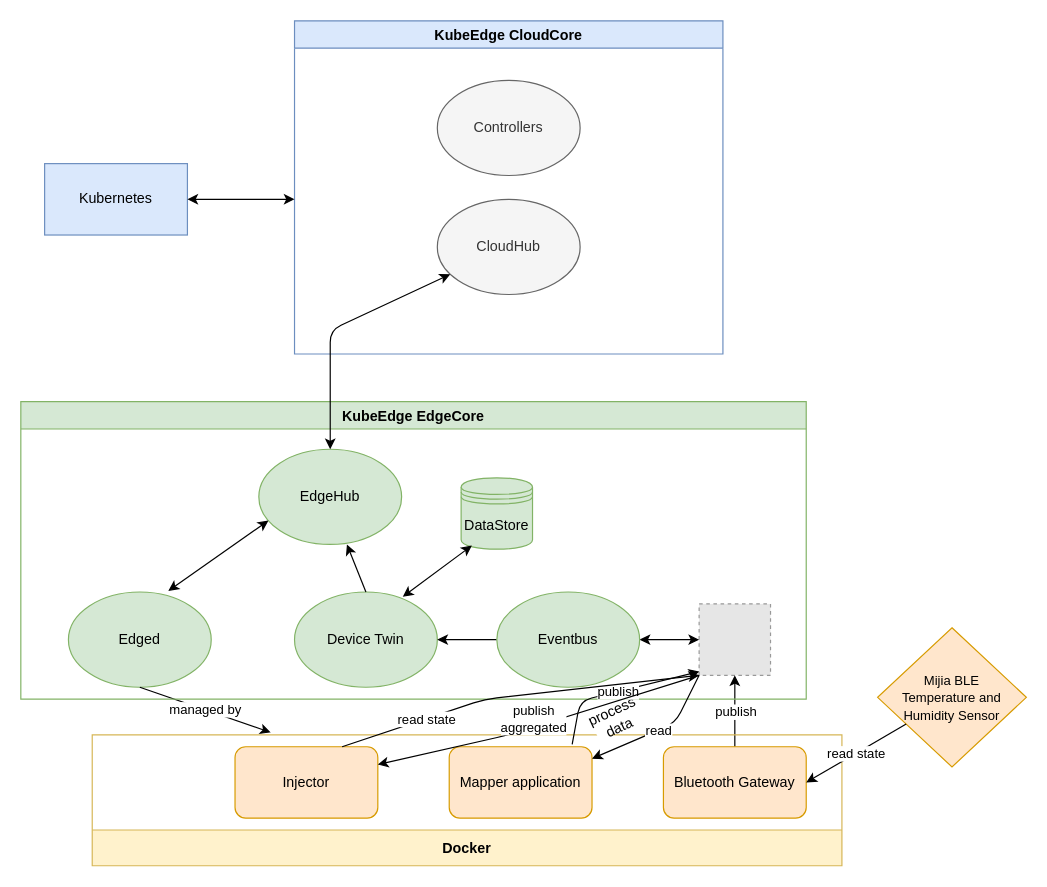
This is function-level_model.drawio from hzozo/kubeedge_thesis_demo, a draw.io file, before an edit. Source tidied: cells renumbered, new cells numbered last; positions are measured from the earlier drawing's top-left corner, leaving out a move shared by most shapes. Both pictures are drawn from the tidied source at 119%, with x=0, y=0 at pixel (20, 20). Pictures stored in the file or linked from it are replaced by grey dashed boxes.
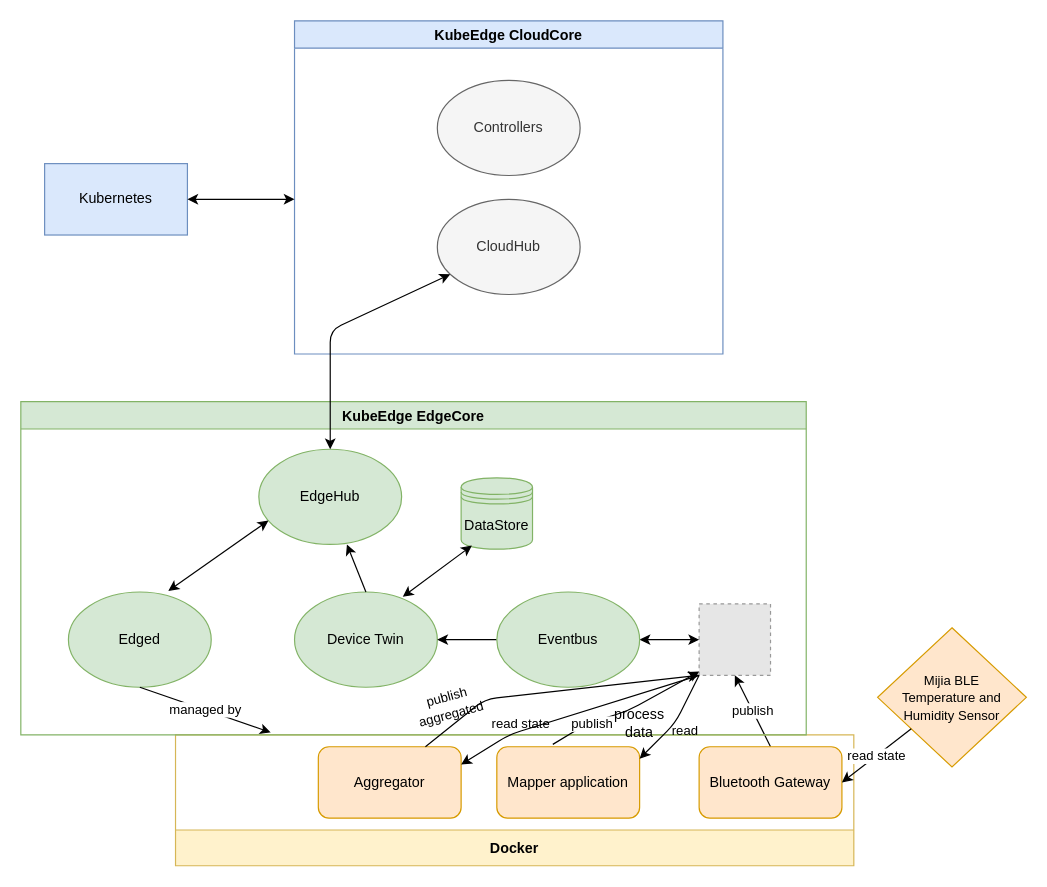
The same page after the edit.

Unchanged cells that the change refers to:
```xml
<mxCell id="4" style="fillColor=#E6E6E6;strokeColor=#999999;dashed=1;verticalLabelPosition=bottom;labelBackgroundColor=#ffffff;verticalAlign=top;" parent="1" vertex="1">
  <mxGeometry x="570" y="490" width="60" height="60" as="geometry" />
</mxCell>
<mxCell id="29" style="endArrow=classic;html=1;entryX=1;entryY=0.167;entryDx=0;entryDy=0;entryPerimeter=0;exitX=0;exitY=1;exitDx=0;exitDy=0;" parent="1" edge="1" source="4" target="16">
  <mxGeometry relative="1" as="geometry">
    <Array as="points">
      <mxPoint x="550" y="590" />
    </Array>
  </mxGeometry>
</mxCell>
<mxCell id="36" style="endArrow=classic;html=1;exitX=0.75;exitY=0;exitDx=0;exitDy=0;entryX=0;entryY=1;entryDx=0;entryDy=0;" parent="1" edge="1" source="18" target="4">
  <mxGeometry relative="1" as="geometry">
    <Array as="points">
      <mxPoint x="390" y="570" />
    </Array>
  </mxGeometry>
</mxCell>
<mxCell id="38" style="endArrow=classic;html=1;exitX=0;exitY=1;exitDx=0;exitDy=0;entryX=1;entryY=0.25;entryDx=0;entryDy=0;" parent="1" edge="1" source="4" target="18">
  <mxGeometry relative="1" as="geometry">
    <Array as="points">
      <mxPoint x="410" y="600" />
    </Array>
  </mxGeometry>
</mxCell>
```

What changed in the source:
```diff
@@
     <mxCell id="15" value="Docker" style="swimlane;fillColor=#fff2cc;startSize=30;flipV=1;strokeColor=#d6b656;" parent="1" vertex="1">
-      <mxGeometry x="60" y="600" width="630" height="110" as="geometry" />
+      <mxGeometry x="130" y="600" width="570" height="110" as="geometry" />
     </mxCell>
     <mxCell id="16" value="Mapper application" style="rounded=1;whiteSpace=wrap;html=1;fillColor=#ffe6cc;strokeColor=#d79b00;" parent="15" vertex="1">
-      <mxGeometry x="300" y="10" width="120" height="60" as="geometry" />
+      <mxGeometry x="270" y="10" width="120" height="60" as="geometry" />
     </mxCell>
     <mxCell id="17" value="Bluetooth Gateway" style="rounded=1;whiteSpace=wrap;html=1;fillColor=#ffe6cc;strokeColor=#d79b00;" parent="15" vertex="1">
-      <mxGeometry x="480" y="10" width="120" height="60" as="geometry" />
+      <mxGeometry x="440" y="10" width="120" height="60" as="geometry" />
     </mxCell>
-    <mxCell id="18" value="Injector" style="rounded=1;whiteSpace=wrap;html=1;fillColor=#ffe6cc;strokeColor=#d79b00;" parent="15" vertex="1">
+    <mxCell id="18" value="Aggregator" style="rounded=1;whiteSpace=wrap;html=1;fillColor=#ffe6cc;strokeColor=#d79b00;" parent="15" vertex="1">
       <mxGeometry x="120" y="10" width="120" height="60" as="geometry" />
     </mxCell>
@@
     <mxCell id="21" value="KubeEdge EdgeCore" style="swimlane;fillColor=#d5e8d4;strokeColor=#82b366;" parent="1" vertex="1">
-      <mxGeometry y="320" width="660" height="250" as="geometry" />
+      <mxGeometry y="320" width="660" height="280" as="geometry" />
     </mxCell>
@@
+    <mxCell id="39" value="&lt;font style=&quot;font-size: 11px&quot;&gt;publish aggregated&lt;/font&gt;" style="text;html=1;strokeColor=none;fillColor=none;align=center;verticalAlign=middle;whiteSpace=wrap;rounded=0;labelBackgroundColor=none;rotation=-15;" parent="21" vertex="1">
+      <mxGeometry x="330" y="240" width="60" height="30" as="geometry" />
+    </mxCell>
@@
-    <mxCell id="30" value="read" style="edgeLabel;html=1;align=center;verticalAlign=middle;" parent="29" vertex="1">
-      <mxGeometry relative="1" as="geometry" />
+    <mxCell id="30" value="read" style="edgeLabel;html=1;align=center;verticalAlign=middle;labelBackgroundColor=none;" parent="29" vertex="1">
+      <mxGeometry relative="1" as="geometry">
+        <mxPoint x="7" y="7" as="offset" />
+      </mxGeometry>
     </mxCell>
-    <mxCell id="31" value="process data" style="text;html=1;strokeColor=none;align=center;verticalAlign=middle;whiteSpace=wrap;rounded=0;rotation=-25;fillColor=#ffffff;" parent="1" vertex="1">
-      <mxGeometry x="480" y="577" width="40" height="20" as="geometry" />
+    <mxCell id="31" value="process data" style="text;html=1;strokeColor=none;align=center;verticalAlign=middle;whiteSpace=wrap;rounded=0;rotation=0;fillColor=none;" parent="1" vertex="1">
+      <mxGeometry x="500" y="580" width="40" height="20" as="geometry" />
     </mxCell>
-    <mxCell id="32" style="endArrow=classic;html=1;exitX=0.861;exitY=-0.033;exitDx=0;exitDy=0;exitPerimeter=0;entryX=0.002;entryY=0.948;entryDx=0;entryDy=0;entryPerimeter=0;" parent="1" edge="1" source="16" target="4">
+    <mxCell id="32" style="endArrow=classic;html=1;exitX=0.392;exitY=-0.033;exitDx=0;exitDy=0;exitPerimeter=0;entryX=0.002;entryY=0.948;entryDx=0;entryDy=0;entryPerimeter=0;" parent="1" edge="1" source="16" target="4">
       <mxGeometry relative="1" as="geometry">
         <Array as="points">
-          <mxPoint x="470" y="571.4" />
+          <mxPoint x="477" y="590" />
+          <mxPoint x="510" y="580" />
         </Array>
       </mxGeometry>
     </mxCell>
     <mxCell id="33" value="publish" style="edgeLabel;html=1;align=center;verticalAlign=middle;" parent="32" vertex="1">
-      <mxGeometry relative="1" as="geometry" />
+      <mxGeometry relative="1" as="geometry">
+        <mxPoint x="-30" y="10" as="offset" />
+      </mxGeometry>
     </mxCell>
@@
-    <mxCell id="37" value="read state" style="edgeLabel;html=1;align=center;verticalAlign=middle;" parent="36" vertex="1">
+    <mxCell id="37" value="read state" style="edgeLabel;html=1;align=center;verticalAlign=middle;labelBackgroundColor=none;" parent="36" vertex="1">
       <mxGeometry relative="1" as="geometry">
-        <mxPoint x="-77" y="20" as="offset" />
+        <mxPoint x="-29" y="27" as="offset" />
       </mxGeometry>
     </mxCell>
@@
-    <mxCell id="39" value="publish&lt;br&gt;aggregated" style="edgeLabel;html=1;align=center;verticalAlign=middle;" parent="38" vertex="1">
-      <mxGeometry relative="1" as="geometry">
-        <mxPoint x="-6" y="-5" as="offset" />
-      </mxGeometry>
-    </mxCell>
```
